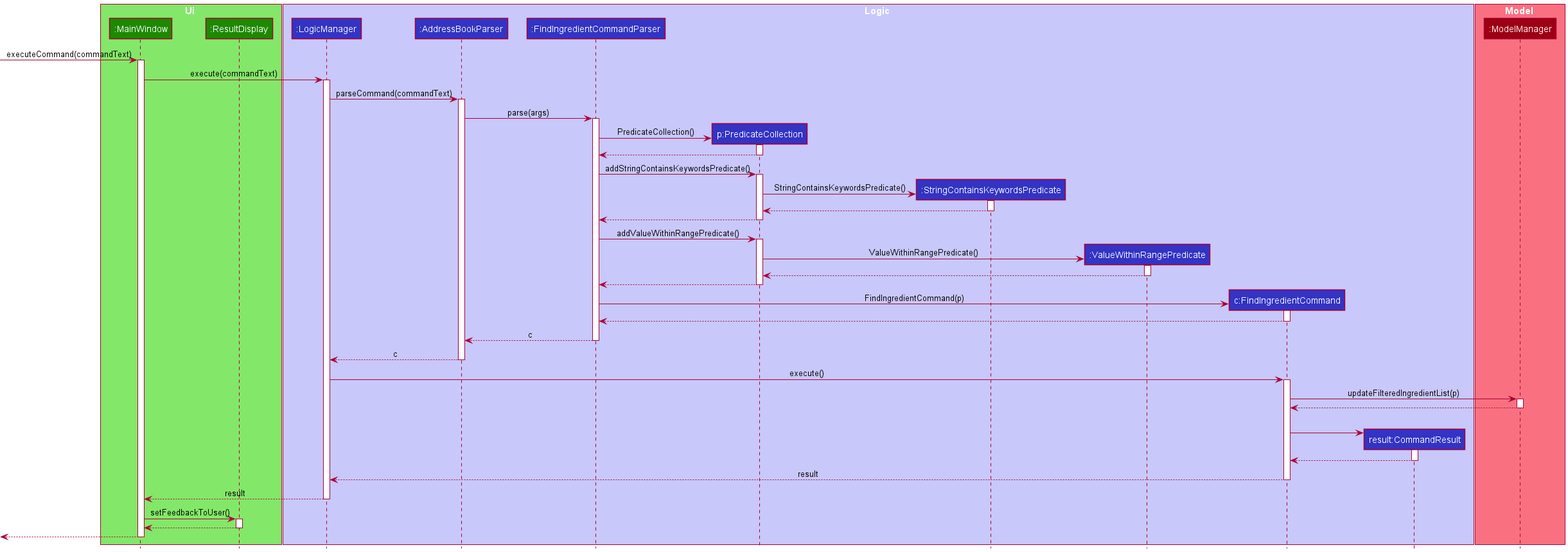
Earlier version of the PlantUML export docs/images/FindSequenceDiagram.png (zognin/tp).
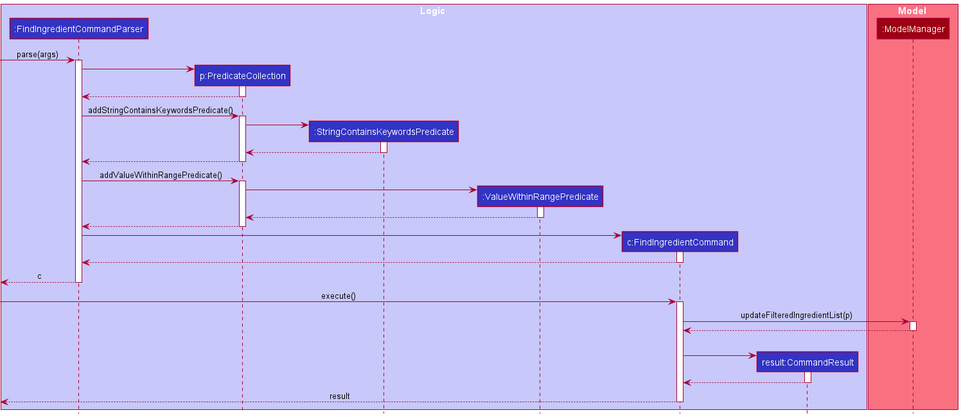
The same file after the commit.

Commit message:
Edit sequence diagram

The edit, as a diff of the source:
```diff
@@ -1,16 +1,8 @@
 @startuml
 !include style.puml
-
-box Ui UI_COLOR_T1
-participant ":MainWindow" as MainWindow UI_COLOR
-participant ":ResultDisplay" as ResultDisplay UI_COLOR
-end box
-[-> MainWindow : executeCommand(commandText)
-activate MainWindow
+skinparam Padding 0
 
 box Logic LOGIC_COLOR_T1
-participant ":LogicManager" as LogicManager LOGIC_COLOR
-participant ":AddressBookParser" as AddressBookParser LOGIC_COLOR
 participant ":FindIngredientCommandParser" as FindIngredientCommandParser LOGIC_COLOR
 participant "p:PredicateCollection" as PredicateCollection LOGIC_COLOR
 participant ":StringContainsKeywordsPredicate" as StringContainsKeywordsPredicate LOGIC_COLOR
@@ -18,22 +10,15 @@
 participant "c:FindIngredientCommand" as FindIngredientCommand LOGIC_COLOR
 participant "result:CommandResult" as CommandResult LOGIC_COLOR
 end box
+[-> FindIngredientCommandParser : parse(args)
+activate FindIngredientCommandParser
 
 box Model MODEL_COLOR_T1
 participant ":ModelManager" as ModelManager MODEL_COLOR
 end box
 
-MainWindow -> LogicManager : execute(commandText)
-activate LogicManager
-
-LogicManager -> AddressBookParser : parseCommand(commandText)
-activate AddressBookParser
-
-AddressBookParser -> FindIngredientCommandParser : parse(args)
-activate FindIngredientCommandParser
-
 create PredicateCollection
-FindIngredientCommandParser -> PredicateCollection : PredicateCollection()
+FindIngredientCommandParser -> PredicateCollection
 activate PredicateCollection
 
 PredicateCollection --> FindIngredientCommandParser
@@ -43,7 +28,7 @@
 activate PredicateCollection
 
 create StringContainsKeywordsPredicate
-PredicateCollection -> StringContainsKeywordsPredicate : StringContainsKeywordsPredicate()
+PredicateCollection -> StringContainsKeywordsPredicate
 activate StringContainsKeywordsPredicate
 
 StringContainsKeywordsPredicate --> PredicateCollection
@@ -56,7 +41,7 @@
 activate PredicateCollection
 
 create ValueWithinRangePredicate
-PredicateCollection -> ValueWithinRangePredicate : ValueWithinRangePredicate()
+PredicateCollection -> ValueWithinRangePredicate
 activate ValueWithinRangePredicate
 
 ValueWithinRangePredicate --> PredicateCollection
@@ -66,19 +51,16 @@
 deactivate PredicateCollection
 
 create FindIngredientCommand
-FindIngredientCommandParser -> FindIngredientCommand : FindIngredientCommand(p)
+FindIngredientCommandParser -> FindIngredientCommand
 activate FindIngredientCommand
 
 FindIngredientCommand --> FindIngredientCommandParser
 deactivate FindIngredientCommand
 
-FindIngredientCommandParser --> AddressBookParser : c
+[<--FindIngredientCommandParser : c
 deactivate FindIngredientCommandParser
 
-AddressBookParser --> LogicManager : c
-deactivate AddressBookParser
-
-LogicManager -> FindIngredientCommand : execute()
+[-> FindIngredientCommand : execute()
 activate FindIngredientCommand
 
 FindIngredientCommand -> ModelManager : updateFilteredIngredientList(p)
@@ -94,18 +76,7 @@
 CommandResult --> FindIngredientCommand
 deactivate CommandResult
 
-FindIngredientCommand --> LogicManager : result
+[<--FindIngredientCommand : result
 deactivate FindIngredientCommand
 
-LogicManager --> MainWindow : result
-deactivate LogicManager
-
-MainWindow -> ResultDisplay : setFeedbackToUser()
-activate ResultDisplay
-
-ResultDisplay --> MainWindow
-deactivate ResultDisplay
-
-[<--MainWindow
-deactivate MainWindow
 @enduml
```
